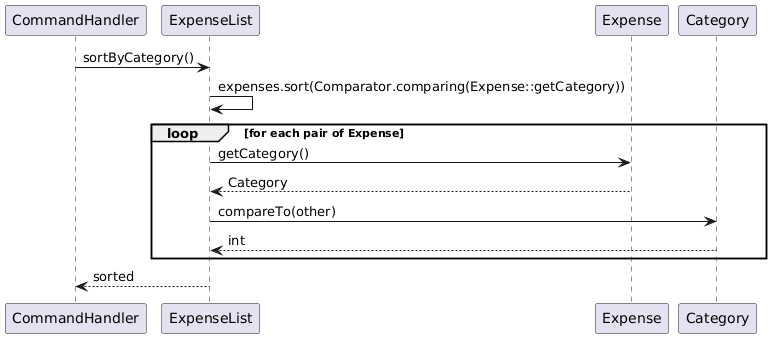
Before: docs/diagram/SortByCategory-SequenceDiagram.png, a diagram exported from PlantUML (Jairusljr/tP).
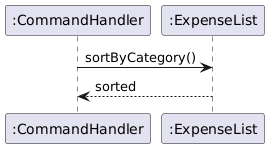
Later version of the same file.

Diff of the diagram source:
```diff
@@ -1,16 +1,10 @@
 @startuml
-participant CommandHandler
-participant ExpenseList
-participant Expense
-participant Category
+skinparam classAttributeIconSize 0
+hide circle
+
+participant ":CommandHandler" as CommandHandler
+participant ":ExpenseList" as ExpenseList
 
 CommandHandler -> ExpenseList : sortByCategory()
-ExpenseList -> ExpenseList : expenses.sort(Comparator.comparing(Expense::getCategory))
-loop for each pair of Expense
-    ExpenseList -> Expense : getCategory()
-    Expense --> ExpenseList : Category
-    ExpenseList -> Category : compareTo(other)
-    Category --> ExpenseList : int
-end
 ExpenseList --> CommandHandler : sorted
 @enduml
```
